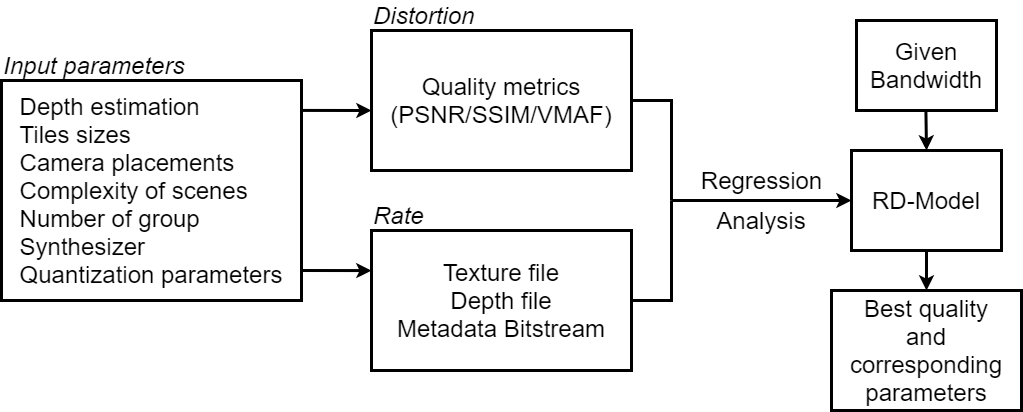
The draw.io diagram RD_model_concept.png in SYJINTW/RD_model, before a commit. Source tidied: cells renumbered, new cells last; positions are measured from the earlier drawing's top-left corner, leaving out a move shared by most shapes.
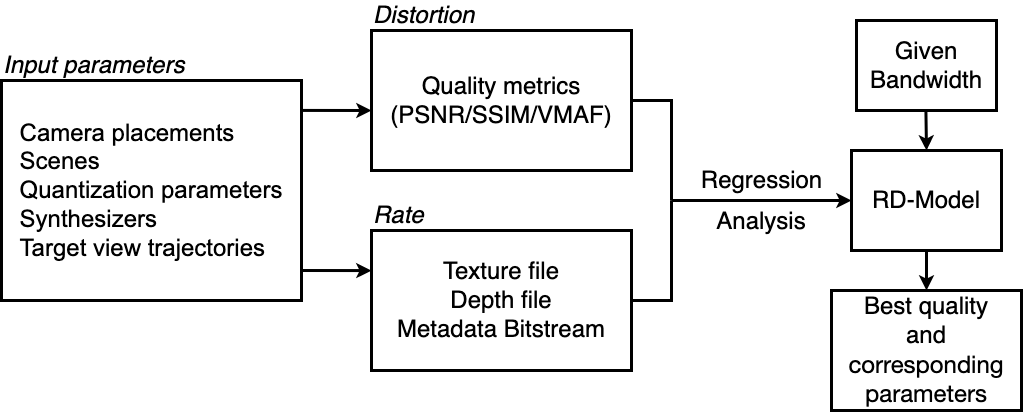
The same file after the commit.

Diff of the diagram source:
```diff
@@ -2,7 +2,7 @@
   <root>
     <mxCell id="0" />
     <mxCell id="1" parent="0" />
-    <mxCell id="2" value="&lt;div style=&quot;text-align: left&quot;&gt;&lt;span style=&quot;background-color: transparent ; font-family: &amp;#34;arial&amp;#34; ; font-size: 18pt&quot;&gt;Depth estimation&lt;/span&gt;&lt;/div&gt;&lt;span id=&quot;docs-internal-guid-452bb840-7fff-8635-ac06-9a41ef68c0b7&quot;&gt;&lt;div style=&quot;text-align: left&quot;&gt;&lt;span style=&quot;background-color: transparent ; font-family: &amp;#34;arial&amp;#34; ; font-size: 18pt&quot;&gt;Tiles sizes&lt;/span&gt;&lt;/div&gt;&lt;span style=&quot;background-color: transparent ; font-size: 18pt ; font-family: &amp;#34;arial&amp;#34;&quot;&gt;&lt;div style=&quot;text-align: left&quot;&gt;&lt;span style=&quot;background-color: transparent ; font-size: 18pt&quot;&gt;Camera placements&lt;/span&gt;&lt;/div&gt;&lt;/span&gt;&lt;span style=&quot;background-color: transparent ; font-size: 18pt ; font-family: &amp;#34;arial&amp;#34;&quot;&gt;&lt;div style=&quot;text-align: left&quot;&gt;&lt;span style=&quot;background-color: transparent ; font-size: 18pt&quot;&gt;Complexity of scenes&lt;/span&gt;&lt;/div&gt;&lt;/span&gt;&lt;span style=&quot;background-color: transparent ; font-size: 18pt ; font-family: &amp;#34;arial&amp;#34;&quot;&gt;&lt;div style=&quot;text-align: left&quot;&gt;&lt;span style=&quot;background-color: transparent ; font-size: 18pt&quot;&gt;Number of group&lt;/span&gt;&lt;/div&gt;&lt;/span&gt;&lt;span style=&quot;background-color: transparent ; font-size: 18pt ; font-family: &amp;#34;arial&amp;#34;&quot;&gt;&lt;div style=&quot;text-align: left&quot;&gt;&lt;span style=&quot;background-color: transparent ; font-size: 18pt&quot;&gt;Synthesizer&lt;/span&gt;&lt;/div&gt;&lt;/span&gt;&lt;span style=&quot;background-color: transparent ; font-size: 18pt ; font-family: &amp;#34;arial&amp;#34;&quot;&gt;&lt;div style=&quot;text-align: left&quot;&gt;&lt;span style=&quot;background-color: transparent ; font-size: 18pt&quot;&gt;Quantization parameters&lt;/span&gt;&lt;/div&gt;&lt;/span&gt;&lt;/span&gt;" style="rounded=0;whiteSpace=wrap;html=1;strokeWidth=3;" parent="1" vertex="1">
+    <mxCell id="2" value="&lt;div style=&quot;text-align: left&quot;&gt;&lt;span style=&quot;background-color: transparent ; font-family: &amp;#34;arial&amp;#34; ; font-size: 18pt&quot;&gt;Camera placements&lt;/span&gt;&lt;/div&gt;&lt;span id=&quot;docs-internal-guid-452bb840-7fff-8635-ac06-9a41ef68c0b7&quot;&gt;&lt;div style=&quot;text-align: left&quot;&gt;&lt;font face=&quot;arial&quot;&gt;&lt;span style=&quot;font-size: 24px&quot;&gt;Scenes&lt;/span&gt;&lt;/font&gt;&lt;/div&gt;&lt;span style=&quot;background-color: transparent ; font-size: 18pt ; font-family: &amp;#34;arial&amp;#34;&quot;&gt;&lt;div style=&quot;text-align: left&quot;&gt;&lt;span style=&quot;background-color: transparent ; font-size: 18pt&quot;&gt;Quantization parameters&lt;/span&gt;&lt;/div&gt;&lt;div style=&quot;text-align: left&quot;&gt;&lt;span style=&quot;background-color: transparent ; font-size: 18pt&quot;&gt;Synthesizers&lt;/span&gt;&lt;/div&gt;&lt;div style=&quot;text-align: left&quot;&gt;&lt;span style=&quot;background-color: transparent ; font-size: 18pt&quot;&gt;Target view trajectories&lt;/span&gt;&lt;/div&gt;&lt;/span&gt;&lt;/span&gt;" style="rounded=0;whiteSpace=wrap;html=1;strokeWidth=3;" parent="1" vertex="1">
       <mxGeometry y="80" width="300" height="220" as="geometry" />
     </mxCell>
     <mxCell id="3" value="&lt;font style=&quot;font-size: 24px&quot;&gt;Quality metrics&lt;br&gt;(PSNR/SSIM/VMAF)&lt;br&gt;&lt;/font&gt;" style="rounded=0;whiteSpace=wrap;html=1;strokeWidth=3;align=center;" parent="1" vertex="1">
```
